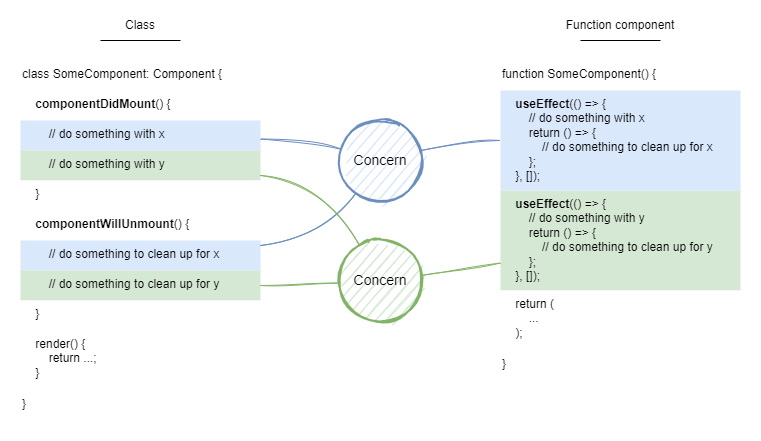
Earlier version of the draw.io export images/what-makes-me-happy-with-react-hooks/useeffect.png (blog-fukuchiharuki-me/blog-fukuchiharuki-me.github.io). Source tidied: cells renumbered, new cells last; positions are measured from the earlier drawing's top-left corner, leaving out a move shared by most shapes. Source of this version:
```xml
<mxGraphModel>
  <root>
    <mxCell id="0" />
    <mxCell id="1" parent="0" />
    <mxCell id="2" style="rounded=0;whiteSpace=wrap;html=1;align=left;strokeColor=none;" parent="1" vertex="1">
      <mxGeometry y="40" width="260" height="380" as="geometry" />
    </mxCell>
    <mxCell id="3" style="rounded=0;whiteSpace=wrap;html=1;align=left;strokeColor=none;" parent="1" vertex="1">
      <mxGeometry x="480" y="40" width="260" height="340" as="geometry" />
    </mxCell>
    <mxCell id="4" value="function SomeComponent() {" style="rounded=0;whiteSpace=wrap;html=1;arcSize=9;verticalAlign=top;align=left;strokeColor=none;" parent="1" vertex="1">
      <mxGeometry x="490" y="50" width="240" height="30" as="geometry" />
    </mxCell>
    <mxCell id="5" value="}" style="rounded=0;whiteSpace=wrap;html=1;arcSize=9;verticalAlign=top;align=left;strokeColor=none;" parent="1" vertex="1">
      <mxGeometry x="490" y="340" width="240" height="30" as="geometry" />
    </mxCell>
    <mxCell id="6" value="&amp;nbsp; &amp;nbsp;&amp;nbsp;&lt;b&gt;useEffect&lt;/b&gt;(() =&amp;gt; {&lt;br&gt;&amp;nbsp; &amp;nbsp; &amp;nbsp; &amp;nbsp; // do something with y&lt;br&gt;&amp;nbsp; &amp;nbsp; &amp;nbsp; &amp;nbsp; return () =&amp;gt; {&lt;br&gt;&amp;nbsp; &amp;nbsp; &amp;nbsp; &amp;nbsp; &amp;nbsp; &amp;nbsp; // do something to clean up for y&lt;br&gt;&amp;nbsp; &amp;nbsp; &amp;nbsp; &amp;nbsp; };&lt;br&gt;&amp;nbsp; &amp;nbsp; }, []);" style="rounded=0;whiteSpace=wrap;html=1;arcSize=9;verticalAlign=top;align=left;fillColor=#d5e8d4;strokeColor=none;" parent="1" vertex="1">
      <mxGeometry x="490" y="180" width="240" height="100" as="geometry" />
    </mxCell>
    <mxCell id="7" value="&amp;nbsp; &amp;nbsp; return (&lt;br&gt;&amp;nbsp; &amp;nbsp; &amp;nbsp; &amp;nbsp; ...&lt;br&gt;&amp;nbsp; &amp;nbsp; );" style="rounded=0;whiteSpace=wrap;html=1;arcSize=6;verticalAlign=top;align=left;strokeColor=none;" parent="1" vertex="1">
      <mxGeometry x="490" y="280" width="240" height="60" as="geometry" />
    </mxCell>
    <mxCell id="8" value="class SomeComponent: Component {" style="rounded=0;whiteSpace=wrap;html=1;arcSize=9;verticalAlign=top;align=left;strokeColor=none;" parent="1" vertex="1">
      <mxGeometry x="10" y="50" width="240" height="30" as="geometry" />
    </mxCell>
    <mxCell id="9" value="&amp;nbsp; &amp;nbsp; render() {&lt;br&gt;&amp;nbsp; &amp;nbsp; &amp;nbsp; &amp;nbsp; return ...;&lt;br&gt;&amp;nbsp; &amp;nbsp; }" style="rounded=0;whiteSpace=wrap;html=1;arcSize=6;verticalAlign=top;align=left;strokeColor=none;" parent="1" vertex="1">
      <mxGeometry x="10" y="320" width="240" height="60" as="geometry" />
    </mxCell>
    <mxCell id="10" value="&amp;nbsp; &amp;nbsp;&amp;nbsp;&lt;b&gt;useEffect&lt;/b&gt;(() =&amp;gt; {&lt;br&gt;&amp;nbsp; &amp;nbsp; &amp;nbsp; &amp;nbsp; // do something with x&lt;br&gt;&amp;nbsp; &amp;nbsp; &amp;nbsp; &amp;nbsp; return () =&amp;gt; {&lt;br&gt;&amp;nbsp; &amp;nbsp; &amp;nbsp; &amp;nbsp; &amp;nbsp; &amp;nbsp; // do something to clean up for x&lt;br&gt;&amp;nbsp; &amp;nbsp; &amp;nbsp; &amp;nbsp; };&lt;br&gt;&amp;nbsp; &amp;nbsp; }, []);" style="rounded=0;whiteSpace=wrap;html=1;arcSize=9;verticalAlign=top;align=left;fillColor=#dae8fc;strokeColor=none;" parent="1" vertex="1">
      <mxGeometry x="490" y="80" width="240" height="100" as="geometry" />
    </mxCell>
    <mxCell id="11" value="&amp;nbsp; &amp;nbsp;&amp;nbsp;&lt;b&gt;componentDidMount&lt;/b&gt;() {" style="rounded=0;whiteSpace=wrap;html=1;arcSize=9;verticalAlign=top;align=left;strokeColor=none;" parent="1" vertex="1">
      <mxGeometry x="10" y="80" width="240" height="30" as="geometry" />
    </mxCell>
    <mxCell id="12" value="&amp;nbsp; &amp;nbsp; &amp;nbsp; &amp;nbsp; // do something with x" style="rounded=0;whiteSpace=wrap;html=1;arcSize=9;verticalAlign=top;align=left;fillColor=#dae8fc;strokeColor=none;" parent="1" vertex="1">
      <mxGeometry x="10" y="110" width="240" height="30" as="geometry" />
    </mxCell>
    <mxCell id="13" value="&amp;nbsp; &amp;nbsp; &amp;nbsp; &amp;nbsp; // do something with y" style="rounded=0;whiteSpace=wrap;html=1;arcSize=9;verticalAlign=top;align=left;fillColor=#d5e8d4;strokeColor=none;" parent="1" vertex="1">
      <mxGeometry x="10" y="140" width="240" height="30" as="geometry" />
    </mxCell>
    <mxCell id="14" value="&amp;nbsp; &amp;nbsp; }" style="rounded=0;whiteSpace=wrap;html=1;arcSize=9;verticalAlign=top;align=left;strokeColor=none;" parent="1" vertex="1">
      <mxGeometry x="10" y="170" width="240" height="30" as="geometry" />
    </mxCell>
    <mxCell id="15" value="&amp;nbsp; &amp;nbsp;&amp;nbsp;&lt;b&gt;componentWillUnmount&lt;/b&gt;() {" style="rounded=0;whiteSpace=wrap;html=1;arcSize=9;verticalAlign=top;align=left;strokeColor=none;" parent="1" vertex="1">
      <mxGeometry x="10" y="200" width="240" height="30" as="geometry" />
    </mxCell>
    <mxCell id="16" value="&amp;nbsp; &amp;nbsp; &amp;nbsp; &amp;nbsp; // do something to clean up for x" style="rounded=0;whiteSpace=wrap;html=1;arcSize=9;verticalAlign=top;align=left;fillColor=#dae8fc;strokeColor=none;" parent="1" vertex="1">
      <mxGeometry x="10" y="230" width="240" height="30" as="geometry" />
    </mxCell>
    <mxCell id="17" value="&amp;nbsp; &amp;nbsp; &amp;nbsp; &amp;nbsp; // do something to clean up for y" style="rounded=0;whiteSpace=wrap;html=1;arcSize=9;verticalAlign=top;align=left;fillColor=#d5e8d4;strokeColor=none;" parent="1" vertex="1">
      <mxGeometry x="10" y="260" width="240" height="30" as="geometry" />
    </mxCell>
    <mxCell id="18" value="&amp;nbsp; &amp;nbsp; }" style="rounded=0;whiteSpace=wrap;html=1;arcSize=9;verticalAlign=top;align=left;strokeColor=none;" parent="1" vertex="1">
      <mxGeometry x="10" y="290" width="240" height="30" as="geometry" />
    </mxCell>
    <mxCell id="19" value="Concern" style="ellipse;whiteSpace=wrap;html=1;rounded=0;sketch=1;fillColor=#dae8fc;align=center;strokeColor=#6C8EBF;strokeWidth=2;fontSize=14;" parent="1" vertex="1">
      <mxGeometry x="330" y="110" width="80" height="80" as="geometry" />
    </mxCell>
    <mxCell id="20" value="Concern" style="ellipse;whiteSpace=wrap;html=1;rounded=0;sketch=1;fillColor=#d5e8d4;align=center;strokeColor=#82B366;strokeWidth=2;fontSize=14;" parent="1" vertex="1">
      <mxGeometry x="330" y="230" width="80" height="80" as="geometry" />
    </mxCell>
    <mxCell id="21" style="endArrow=none;html=1;strokeColor=#6C8EBF;sketch=1;curved=1;" parent="1" edge="1" source="19" target="10">
      <mxGeometry relative="1" as="geometry">
        <Array as="points">
          <mxPoint x="450" y="130" />
        </Array>
      </mxGeometry>
    </mxCell>
    <mxCell id="22" style="endArrow=none;html=1;strokeColor=#6C8EBF;sketch=1;curved=1;" parent="1" edge="1" source="12" target="19">
      <mxGeometry relative="1" as="geometry">
        <Array as="points">
          <mxPoint x="300" y="130" />
        </Array>
      </mxGeometry>
    </mxCell>
    <mxCell id="23" style="endArrow=none;html=1;strokeColor=#6C8EBF;sketch=1;curved=1;" parent="1" edge="1" source="16" target="19">
      <mxGeometry relative="1" as="geometry">
        <Array as="points">
          <mxPoint x="310" y="230" />
        </Array>
      </mxGeometry>
    </mxCell>
    <mxCell id="24" style="endArrow=none;html=1;strokeColor=#82B366;sketch=1;curved=1;" parent="1" edge="1" source="20" target="6">
      <mxGeometry relative="1" as="geometry">
        <Array as="points">
          <mxPoint x="450" y="260" />
        </Array>
      </mxGeometry>
    </mxCell>
    <mxCell id="25" style="endArrow=none;html=1;strokeColor=#82B366;sketch=1;curved=1;" parent="1" edge="1" source="13" target="20">
      <mxGeometry relative="1" as="geometry">
        <Array as="points">
          <mxPoint x="310" y="170" />
        </Array>
      </mxGeometry>
    </mxCell>
    <mxCell id="26" style="endArrow=none;html=1;strokeColor=#82B366;sketch=1;curved=1;" parent="1" edge="1" source="17" target="20">
      <mxGeometry relative="1" as="geometry">
        <Array as="points">
          <mxPoint x="290" y="275" />
        </Array>
      </mxGeometry>
    </mxCell>
    <mxCell id="27" value="Class" style="rounded=0;whiteSpace=wrap;html=1;sketch=0;align=center;fillColor=none;strokeColor=none;" parent="1" vertex="1">
      <mxGeometry x="60" width="140" height="30" as="geometry" />
    </mxCell>
    <mxCell id="28" value="Function component" style="rounded=0;whiteSpace=wrap;html=1;sketch=0;align=center;fillColor=none;strokeColor=none;" parent="1" vertex="1">
      <mxGeometry x="540" width="140" height="30" as="geometry" />
    </mxCell>
    <mxCell id="29" value="}" style="rounded=0;whiteSpace=wrap;html=1;arcSize=9;verticalAlign=top;align=left;strokeColor=none;" parent="1" vertex="1">
      <mxGeometry x="10" y="380" width="240" height="30" as="geometry" />
    </mxCell>
    <mxCell id="30" style="endArrow=none;html=1;sketch=0;fontSize=14;curved=1;" parent="1" edge="1">
      <mxGeometry relative="1" as="geometry">
        <mxPoint x="90" y="30" as="sourcePoint" />
        <mxPoint x="170" y="30" as="targetPoint" />
      </mxGeometry>
    </mxCell>
    <mxCell id="31" style="endArrow=none;html=1;sketch=0;fontSize=14;curved=1;" parent="1" edge="1">
      <mxGeometry relative="1" as="geometry">
        <mxPoint x="570" y="30" as="sourcePoint" />
        <mxPoint x="650" y="30" as="targetPoint" />
      </mxGeometry>
    </mxCell>
  </root>
</mxGraphModel>
```
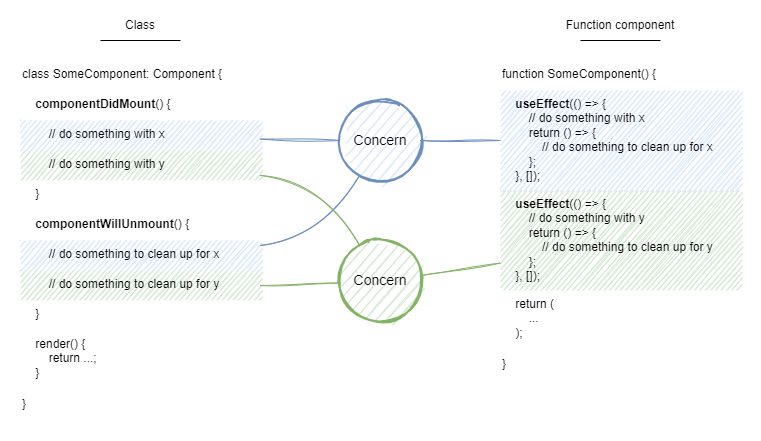
After the commit.

The edit, as a diff of the source:
```diff
@@ -14,7 +14,7 @@
     <mxCell id="5" value="}" style="rounded=0;whiteSpace=wrap;html=1;arcSize=9;verticalAlign=top;align=left;strokeColor=none;" parent="1" vertex="1">
       <mxGeometry x="490" y="340" width="240" height="30" as="geometry" />
     </mxCell>
-    <mxCell id="6" value="&amp;nbsp; &amp;nbsp;&amp;nbsp;&lt;b&gt;useEffect&lt;/b&gt;(() =&amp;gt; {&lt;br&gt;&amp;nbsp; &amp;nbsp; &amp;nbsp; &amp;nbsp; // do something with y&lt;br&gt;&amp;nbsp; &amp;nbsp; &amp;nbsp; &amp;nbsp; return () =&amp;gt; {&lt;br&gt;&amp;nbsp; &amp;nbsp; &amp;nbsp; &amp;nbsp; &amp;nbsp; &amp;nbsp; // do something to clean up for y&lt;br&gt;&amp;nbsp; &amp;nbsp; &amp;nbsp; &amp;nbsp; };&lt;br&gt;&amp;nbsp; &amp;nbsp; }, []);" style="rounded=0;whiteSpace=wrap;html=1;arcSize=9;verticalAlign=top;align=left;fillColor=#d5e8d4;strokeColor=none;" parent="1" vertex="1">
+    <mxCell id="6" value="&amp;nbsp; &amp;nbsp;&amp;nbsp;&lt;b&gt;useEffect&lt;/b&gt;(() =&amp;gt; {&lt;br&gt;&amp;nbsp; &amp;nbsp; &amp;nbsp; &amp;nbsp; // do something with y&lt;br&gt;&amp;nbsp; &amp;nbsp; &amp;nbsp; &amp;nbsp; return () =&amp;gt; {&lt;br&gt;&amp;nbsp; &amp;nbsp; &amp;nbsp; &amp;nbsp; &amp;nbsp; &amp;nbsp; // do something to clean up for y&lt;br&gt;&amp;nbsp; &amp;nbsp; &amp;nbsp; &amp;nbsp; };&lt;br&gt;&amp;nbsp; &amp;nbsp; }, []);" style="rounded=0;whiteSpace=wrap;html=1;arcSize=9;verticalAlign=top;align=left;fillColor=#d5e8d4;strokeColor=none;sketch=1;" parent="1" vertex="1">
       <mxGeometry x="490" y="180" width="240" height="100" as="geometry" />
     </mxCell>
     <mxCell id="7" value="&amp;nbsp; &amp;nbsp; return (&lt;br&gt;&amp;nbsp; &amp;nbsp; &amp;nbsp; &amp;nbsp; ...&lt;br&gt;&amp;nbsp; &amp;nbsp; );" style="rounded=0;whiteSpace=wrap;html=1;arcSize=6;verticalAlign=top;align=left;strokeColor=none;" parent="1" vertex="1">
@@ -26,16 +26,16 @@
     <mxCell id="9" value="&amp;nbsp; &amp;nbsp; render() {&lt;br&gt;&amp;nbsp; &amp;nbsp; &amp;nbsp; &amp;nbsp; return ...;&lt;br&gt;&amp;nbsp; &amp;nbsp; }" style="rounded=0;whiteSpace=wrap;html=1;arcSize=6;verticalAlign=top;align=left;strokeColor=none;" parent="1" vertex="1">
       <mxGeometry x="10" y="320" width="240" height="60" as="geometry" />
     </mxCell>
-    <mxCell id="10" value="&amp;nbsp; &amp;nbsp;&amp;nbsp;&lt;b&gt;useEffect&lt;/b&gt;(() =&amp;gt; {&lt;br&gt;&amp;nbsp; &amp;nbsp; &amp;nbsp; &amp;nbsp; // do something with x&lt;br&gt;&amp;nbsp; &amp;nbsp; &amp;nbsp; &amp;nbsp; return () =&amp;gt; {&lt;br&gt;&amp;nbsp; &amp;nbsp; &amp;nbsp; &amp;nbsp; &amp;nbsp; &amp;nbsp; // do something to clean up for x&lt;br&gt;&amp;nbsp; &amp;nbsp; &amp;nbsp; &amp;nbsp; };&lt;br&gt;&amp;nbsp; &amp;nbsp; }, []);" style="rounded=0;whiteSpace=wrap;html=1;arcSize=9;verticalAlign=top;align=left;fillColor=#dae8fc;strokeColor=none;" parent="1" vertex="1">
+    <mxCell id="10" value="&amp;nbsp; &amp;nbsp;&amp;nbsp;&lt;b&gt;useEffect&lt;/b&gt;(() =&amp;gt; {&lt;br&gt;&amp;nbsp; &amp;nbsp; &amp;nbsp; &amp;nbsp; // do something with x&lt;br&gt;&amp;nbsp; &amp;nbsp; &amp;nbsp; &amp;nbsp; return () =&amp;gt; {&lt;br&gt;&amp;nbsp; &amp;nbsp; &amp;nbsp; &amp;nbsp; &amp;nbsp; &amp;nbsp; // do something to clean up for x&lt;br&gt;&amp;nbsp; &amp;nbsp; &amp;nbsp; &amp;nbsp; };&lt;br&gt;&amp;nbsp; &amp;nbsp; }, []);" style="rounded=0;whiteSpace=wrap;html=1;arcSize=9;verticalAlign=top;align=left;fillColor=#dae8fc;strokeColor=none;sketch=1;" parent="1" vertex="1">
       <mxGeometry x="490" y="80" width="240" height="100" as="geometry" />
     </mxCell>
     <mxCell id="11" value="&amp;nbsp; &amp;nbsp;&amp;nbsp;&lt;b&gt;componentDidMount&lt;/b&gt;() {" style="rounded=0;whiteSpace=wrap;html=1;arcSize=9;verticalAlign=top;align=left;strokeColor=none;" parent="1" vertex="1">
       <mxGeometry x="10" y="80" width="240" height="30" as="geometry" />
     </mxCell>
-    <mxCell id="12" value="&amp;nbsp; &amp;nbsp; &amp;nbsp; &amp;nbsp; // do something with x" style="rounded=0;whiteSpace=wrap;html=1;arcSize=9;verticalAlign=top;align=left;fillColor=#dae8fc;strokeColor=none;" parent="1" vertex="1">
+    <mxCell id="12" value="&amp;nbsp; &amp;nbsp; &amp;nbsp; &amp;nbsp; // do something with x" style="rounded=0;whiteSpace=wrap;html=1;arcSize=9;verticalAlign=top;align=left;fillColor=#dae8fc;strokeColor=none;sketch=1;" parent="1" vertex="1">
       <mxGeometry x="10" y="110" width="240" height="30" as="geometry" />
     </mxCell>
-    <mxCell id="13" value="&amp;nbsp; &amp;nbsp; &amp;nbsp; &amp;nbsp; // do something with y" style="rounded=0;whiteSpace=wrap;html=1;arcSize=9;verticalAlign=top;align=left;fillColor=#d5e8d4;strokeColor=none;" parent="1" vertex="1">
+    <mxCell id="13" value="&amp;nbsp; &amp;nbsp; &amp;nbsp; &amp;nbsp; // do something with y" style="rounded=0;whiteSpace=wrap;html=1;arcSize=9;verticalAlign=top;align=left;fillColor=#d5e8d4;strokeColor=none;sketch=1;" parent="1" vertex="1">
       <mxGeometry x="10" y="140" width="240" height="30" as="geometry" />
     </mxCell>
     <mxCell id="14" value="&amp;nbsp; &amp;nbsp; }" style="rounded=0;whiteSpace=wrap;html=1;arcSize=9;verticalAlign=top;align=left;strokeColor=none;" parent="1" vertex="1">
@@ -44,17 +44,17 @@
     <mxCell id="15" value="&amp;nbsp; &amp;nbsp;&amp;nbsp;&lt;b&gt;componentWillUnmount&lt;/b&gt;() {" style="rounded=0;whiteSpace=wrap;html=1;arcSize=9;verticalAlign=top;align=left;strokeColor=none;" parent="1" vertex="1">
       <mxGeometry x="10" y="200" width="240" height="30" as="geometry" />
     </mxCell>
-    <mxCell id="16" value="&amp;nbsp; &amp;nbsp; &amp;nbsp; &amp;nbsp; // do something to clean up for x" style="rounded=0;whiteSpace=wrap;html=1;arcSize=9;verticalAlign=top;align=left;fillColor=#dae8fc;strokeColor=none;" parent="1" vertex="1">
+    <mxCell id="16" value="&amp;nbsp; &amp;nbsp; &amp;nbsp; &amp;nbsp; // do something to clean up for x" style="rounded=0;whiteSpace=wrap;html=1;arcSize=9;verticalAlign=top;align=left;fillColor=#dae8fc;strokeColor=none;sketch=1;" parent="1" vertex="1">
       <mxGeometry x="10" y="230" width="240" height="30" as="geometry" />
     </mxCell>
-    <mxCell id="17" value="&amp;nbsp; &amp;nbsp; &amp;nbsp; &amp;nbsp; // do something to clean up for y" style="rounded=0;whiteSpace=wrap;html=1;arcSize=9;verticalAlign=top;align=left;fillColor=#d5e8d4;strokeColor=none;" parent="1" vertex="1">
+    <mxCell id="17" value="&amp;nbsp; &amp;nbsp; &amp;nbsp; &amp;nbsp; // do something to clean up for y" style="rounded=0;whiteSpace=wrap;html=1;arcSize=9;verticalAlign=top;align=left;fillColor=#d5e8d4;strokeColor=none;sketch=1;" parent="1" vertex="1">
       <mxGeometry x="10" y="260" width="240" height="30" as="geometry" />
     </mxCell>
     <mxCell id="18" value="&amp;nbsp; &amp;nbsp; }" style="rounded=0;whiteSpace=wrap;html=1;arcSize=9;verticalAlign=top;align=left;strokeColor=none;" parent="1" vertex="1">
       <mxGeometry x="10" y="290" width="240" height="30" as="geometry" />
     </mxCell>
     <mxCell id="19" value="Concern" style="ellipse;whiteSpace=wrap;html=1;rounded=0;sketch=1;fillColor=#dae8fc;align=center;strokeColor=#6C8EBF;strokeWidth=2;fontSize=14;" parent="1" vertex="1">
-      <mxGeometry x="330" y="110" width="80" height="80" as="geometry" />
+      <mxGeometry x="330" y="90" width="80" height="80" as="geometry" />
     </mxCell>
     <mxCell id="20" value="Concern" style="ellipse;whiteSpace=wrap;html=1;rounded=0;sketch=1;fillColor=#d5e8d4;align=center;strokeColor=#82B366;strokeWidth=2;fontSize=14;" parent="1" vertex="1">
       <mxGeometry x="330" y="230" width="80" height="80" as="geometry" />
```
